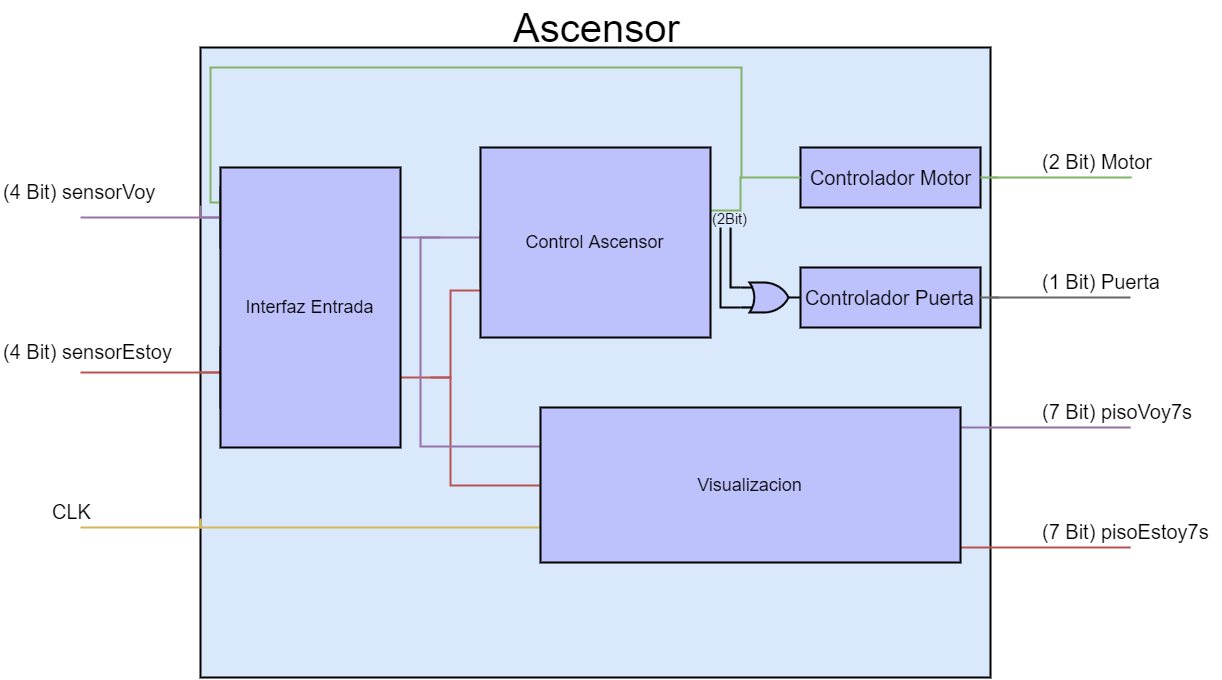
This is Pictures/EntidadAscensorEntidades.png from enheragu/Elevator-VHDL, a draw.io export, as it was before one commit. Source tidied: cells renumbered, new cells last; positions are measured from the earlier drawing's top-left corner, leaving out a move shared by most shapes.
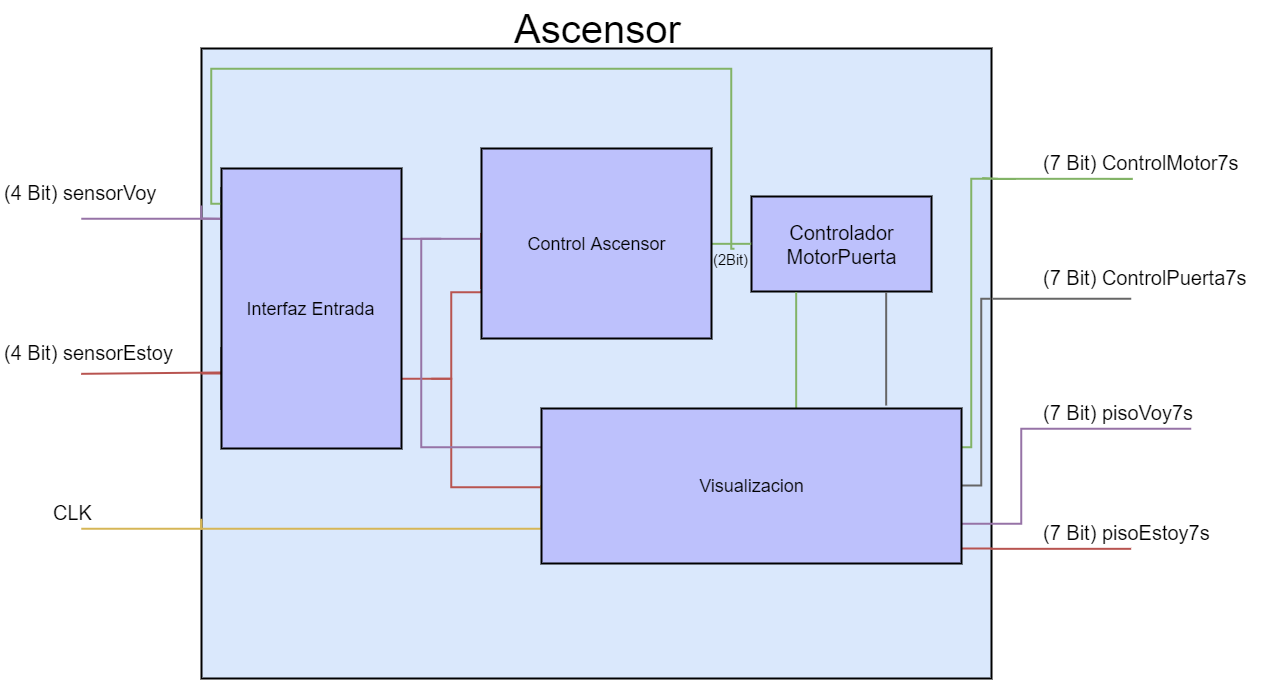
The same file after the commit.

Commit message:
Añadido ControlMotor a la memoria

What changed in the source:
```diff
@@ -1,4 +1,4 @@
-<mxGraphModel background="#ffffff">
+<mxGraphModel>
   <root>
     <mxCell id="0" style="html=1;" />
     <mxCell id="1" style="html=1;" parent="0" />
@@ -153,12 +153,6 @@
         </Array>
       </mxGeometry>
     </mxCell>
-    <mxCell id="27" style="edgeStyle=orthogonalEdgeStyle;rounded=0;html=1;endArrow=none;endFill=0;jettySize=auto;orthogonalLoop=1;strokeWidth=2;fillColor=#e1d5e7;strokeColor=#9673a6;" parent="1" edge="1">
-      <mxGeometry x="-124" y="-370" as="geometry">
-        <mxPoint x="1129" y="426" as="sourcePoint" />
-        <mxPoint x="989" y="426" as="targetPoint" />
-      </mxGeometry>
-    </mxCell>
     <mxCell id="28" style="edgeStyle=orthogonalEdgeStyle;rounded=0;html=1;endArrow=none;endFill=0;jettySize=auto;orthogonalLoop=1;strokeWidth=2;fillColor=#f8cecc;strokeColor=#b85450;" parent="1" edge="1">
       <mxGeometry x="-154" y="-250" as="geometry">
         <mxPoint x="1129" y="546" as="sourcePoint" />
@@ -180,12 +174,6 @@
     <mxCell id="32" value="&lt;font style=&quot;font-size: 20px&quot;&gt;CLK&lt;/font&gt;" style="text;html=1;align=left;verticalAlign=top;spacingTop=-4;" parent="1" vertex="1">
       <mxGeometry x="49" y="496" width="50" height="20" as="geometry" />
     </mxCell>
-    <mxCell id="33" value="&lt;font style=&quot;font-size: 20px&quot;&gt;(2 Bit) Motor&lt;/font&gt;" style="text;html=1;align=left;verticalAlign=top;spacingTop=-4;" parent="1" vertex="1">
-      <mxGeometry x="1039" y="146" width="130" height="20" as="geometry" />
-    </mxCell>
-    <mxCell id="34" value="&lt;font style=&quot;font-size: 20px&quot;&gt;(1 Bit) Puerta&lt;/font&gt;" style="text;html=1;align=left;verticalAlign=top;spacingTop=-4;" parent="1" vertex="1">
-      <mxGeometry x="1039" y="266" width="130" height="20" as="geometry" />
-    </mxCell>
     <mxCell id="35" value="&lt;font style=&quot;font-size: 20px&quot;&gt;(7 Bit) pisoVoy7s&lt;/font&gt;" style="text;html=1;align=left;verticalAlign=top;spacingTop=-4;" parent="1" vertex="1">
       <mxGeometry x="1039" y="396" width="170" height="20" as="geometry" />
     </mxCell>
@@ -206,12 +194,6 @@
         <mxPoint x="229" y="371" as="targetPoint" />
       </mxGeometry>
     </mxCell>
-    <mxCell id="40" style="endArrow=none;html=1;strokeWidth=2;endFill=0;fillColor=#e1d5e7;strokeColor=#9673a6;" parent="1" edge="1">
-      <mxGeometry x="-220" y="-370.1" as="geometry">
-        <mxPoint x="959" y="426" as="sourcePoint" />
-        <mxPoint x="989" y="426" as="targetPoint" />
-      </mxGeometry>
-    </mxCell>
     <mxCell id="41" style="endArrow=none;html=1;strokeWidth=2;endFill=0;fillColor=#f8cecc;strokeColor=#b85450;" parent="1" edge="1">
       <mxGeometry x="-220" y="-250.1" as="geometry">
         <mxPoint x="959" y="546" as="sourcePoint" />
@@ -221,75 +203,43 @@
     <mxCell id="42" value="&lt;font style=&quot;font-size: 15px&quot;&gt;(4Bit)&lt;/font&gt;" style="text;html=1;align=left;verticalAlign=top;spacingTop=-4;rotation=-90;" parent="1" vertex="1">
       <mxGeometry x="349" y="383" width="50" height="20" as="geometry" />
     </mxCell>
-    <mxCell id="43" value="&lt;span style=&quot;font-size: 20px&quot;&gt;Controlador Motor&lt;/span&gt;" style="whiteSpace=wrap;html=1;strokeColor=#000000;strokeWidth=2;fillColor=#BDC1FC;" parent="1" vertex="1">
-      <mxGeometry x="799" y="146" width="180" height="60" as="geometry" />
-    </mxCell>
-    <mxCell id="44" value="&lt;span style=&quot;font-size: 20px&quot;&gt;Controlador Puerta&lt;/span&gt;" style="whiteSpace=wrap;html=1;strokeColor=#000000;strokeWidth=2;fillColor=#BDC1FC;" parent="1" vertex="1">
-      <mxGeometry x="799" y="266" width="180" height="60" as="geometry" />
+    <mxCell id="44" value="&lt;span style=&quot;font-size: 20px&quot;&gt;Controlador MotorPuerta&lt;/span&gt;" style="whiteSpace=wrap;html=1;strokeColor=#000000;strokeWidth=2;fillColor=#BDC1FC;" parent="1" vertex="1">
+      <mxGeometry x="749" y="194" width="180" height="95" as="geometry" />
     </mxCell>
+    <mxCell id="64" style="edgeStyle=orthogonalEdgeStyle;rounded=0;html=1;exitX=0.25;exitY=1;entryX=0.607;entryY=0;entryPerimeter=0;startArrow=none;startFill=0;endArrow=none;endFill=0;jettySize=auto;strokeColor=#82b366;strokeWidth=2;fillColor=#d5e8d4;" parent="1" edge="1" source="44" target="63">
+      <mxGeometry relative="1" as="geometry" />
+    </mxCell>
+    <mxCell id="65" style="edgeStyle=orthogonalEdgeStyle;rounded=0;html=1;exitX=0.75;exitY=1;entryX=0.821;entryY=-0.019;entryPerimeter=0;startArrow=none;startFill=0;endArrow=none;endFill=0;jettySize=auto;strokeColor=#666666;strokeWidth=2;" parent="1" edge="1" source="44" target="63">
+      <mxGeometry relative="1" as="geometry" />
+    </mxCell>
-    <mxCell id="45" style="edgeStyle=orthogonalEdgeStyle;rounded=0;html=1;exitX=1;exitY=0.5;entryX=1.009;entryY=0.207;entryPerimeter=0;endArrow=none;endFill=0;jettySize=auto;strokeWidth=2;fillColor=#d5e8d4;strokeColor=#82b366;" parent="1" edge="1" source="43" target="21">
-      <mxGeometry relative="1" as="geometry" />
+    <mxCell id="45" style="edgeStyle=orthogonalEdgeStyle;rounded=0;html=1;exitX=1;exitY=0.5;entryX=1.009;entryY=0.207;entryPerimeter=0;endArrow=none;endFill=0;jettySize=auto;strokeWidth=2;fillColor=#d5e8d4;strokeColor=#82b366;" parent="1" edge="1" target="21">
+      <mxGeometry relative="1" as="geometry">
+        <mxPoint x="979.7" y="175.6" as="sourcePoint" />
+      </mxGeometry>
     </mxCell>
-    <mxCell id="46" style="edgeStyle=orthogonalEdgeStyle;rounded=0;html=1;exitX=1;exitY=0.5;endArrow=none;endFill=0;jettySize=auto;strokeWidth=2;fillColor=#f5f5f5;strokeColor=#666666;" parent="1" edge="1" source="44">
-      <mxGeometry relative="1" as="geometry">
-        <mxPoint x="997" y="296" as="targetPoint" />
-        <Array as="points">
-          <mxPoint x="997" y="296" />
-        </Array>
-      </mxGeometry>
-    </mxCell>
     <mxCell id="47" value="&lt;font style=&quot;font-size: 15px&quot;&gt;(2Bit)&lt;/font&gt;" style="text;html=1;align=left;verticalAlign=top;spacingTop=-4;" parent="1" vertex="1">
-      <mxGeometry x="709" y="206" width="50" height="20" as="geometry" />
+      <mxGeometry x="709" y="246" width="50" height="20" as="geometry" />
     </mxCell>
     <mxCell id="48" style="edgeStyle=orthogonalEdgeStyle;rounded=0;html=1;exitX=0;exitY=0.25;endArrow=none;endFill=0;jettySize=auto;strokeWidth=2;fillColor=#d5e8d4;strokeColor=#82b366;startArrow=none;startFill=0;" parent="1" edge="1" source="37">
       <mxGeometry relative="1" as="geometry">
-        <mxPoint x="739" y="176" as="targetPoint" />
+        <mxPoint x="732" y="246" as="targetPoint" />
         <Array as="points">
           <mxPoint x="209" y="201" />
           <mxPoint x="209" y="66" />
-          <mxPoint x="740" y="66" />
-          <mxPoint x="740" y="176" />
+          <mxPoint x="729" y="66" />
+          <mxPoint x="729" y="246" />
         </Array>
       </mxGeometry>
     </mxCell>
-    <mxCell id="49" style="verticalLabelPosition=bottom;shadow=0;dashed=0;align=center;fillColor=#BDC1FC;html=1;verticalAlign=top;strokeWidth=2;shape=mxgraph.electrical.logic_gates.or;strokeColor=#000000;" parent="1" vertex="1">
-      <mxGeometry x="739" y="281" width="60" height="30" as="geometry" />
-    </mxCell>
-    <mxCell id="50" style="edgeStyle=orthogonalEdgeStyle;rounded=0;html=1;exitX=0;exitY=0.5;entryX=1;entryY=0.5;entryPerimeter=0;startArrow=none;startFill=0;endArrow=none;endFill=0;jettySize=auto;strokeWidth=2;" parent="1" edge="1" source="44" target="49">
-      <mxGeometry relative="1" as="geometry" />
-    </mxCell>
-    <mxCell id="51" style="edgeStyle=orthogonalEdgeStyle;rounded=0;html=1;exitX=0;exitY=0.835;exitPerimeter=0;startArrow=none;startFill=0;endArrow=none;endFill=0;jettySize=auto;strokeColor=#000000;strokeWidth=2;" parent="1" edge="1" source="49">
-      <mxGeometry relative="1" as="geometry">
-        <mxPoint x="719" y="226" as="targetPoint" />
-        <Array as="points">
-          <mxPoint x="719" y="306" />
-          <mxPoint x="719" y="226" />
-        </Array>
-      </mxGeometry>
-    </mxCell>
-    <mxCell id="52" style="edgeStyle=orthogonalEdgeStyle;rounded=0;html=1;exitX=0;exitY=0.5;entryX=1;entryY=0.25;endArrow=none;endFill=0;jettySize=auto;strokeWidth=2;fillColor=#d5e8d4;strokeColor=#82b366;" parent="1" edge="1" source="43" target="17">
-      <mxGeometry relative="1" as="geometry">
-        <Array as="points">
-          <mxPoint x="739" y="176" />
-          <mxPoint x="739" y="209" />
-        </Array>
-      </mxGeometry>
-    </mxCell>
-    <mxCell id="53" style="edgeStyle=orthogonalEdgeStyle;rounded=0;html=1;exitX=0;exitY=0.165;exitPerimeter=0;startArrow=none;startFill=0;endArrow=none;endFill=0;jettySize=auto;strokeColor=#000000;strokeWidth=2;" parent="1" edge="1" source="49">
-      <mxGeometry relative="1" as="geometry">
-        <mxPoint x="729" y="226" as="targetPoint" />
-        <Array as="points">
-          <mxPoint x="729" y="286" />
-          <mxPoint x="729" y="226" />
-        </Array>
-      </mxGeometry>
-    </mxCell>
     <mxCell id="54" value="&lt;span style=&quot;font-size: 20px&quot;&gt;PisoActual&lt;/span&gt;" style="whiteSpace=wrap;html=1;strokeColor=#000000;strokeWidth=2;fillColor=#BDC1FC;" parent="1" vertex="1">
       <mxGeometry x="219" y="346" width="140" height="60" as="geometry" />
     </mxCell>
     <mxCell id="55" style="edgeStyle=orthogonalEdgeStyle;rounded=0;html=1;exitX=0.5;exitY=0;entryX=0;entryY=0.5;startArrow=none;startFill=0;endArrow=none;endFill=0;jettySize=auto;strokeColor=#b85450;strokeWidth=2;fillColor=#f8cecc;" parent="1" edge="1" source="16" target="17">
       <mxGeometry relative="1" as="geometry" />
     </mxCell>
+    <mxCell id="66" style="edgeStyle=orthogonalEdgeStyle;rounded=0;html=1;exitX=0;exitY=0.5;entryX=1;entryY=0.5;startArrow=none;startFill=0;endArrow=none;endFill=0;jettySize=auto;strokeColor=#82b366;strokeWidth=2;fillColor=#d5e8d4;" parent="1" edge="1" source="44" target="60">
+      <mxGeometry relative="1" as="geometry" />
+    </mxCell>
     <mxCell id="56" style="edgeStyle=orthogonalEdgeStyle;rounded=0;html=1;exitX=1;exitY=0.75;entryX=0;entryY=0.5;startArrow=none;startFill=0;endArrow=none;endFill=0;jettySize=auto;strokeColor=#b85450;strokeWidth=2;fillColor=#f8cecc;" parent="1" edge="1" source="58" target="63">
       <mxGeometry relative="1" as="geometry">
         <Array as="points">
@@ -333,8 +283,34 @@
         </Array>
       </mxGeometry>
     </mxCell>
+    <mxCell id="67" style="edgeStyle=orthogonalEdgeStyle;rounded=0;html=1;exitX=1;exitY=0.75;startArrow=none;startFill=0;endArrow=none;endFill=0;jettySize=auto;strokeColor=#9673a6;strokeWidth=2;fillColor=#e1d5e7;" parent="1" edge="1" source="63">
+      <mxGeometry relative="1" as="geometry">
+        <mxPoint x="1189" y="426" as="targetPoint" />
+        <Array as="points">
+          <mxPoint x="1019" y="522" />
+          <mxPoint x="1019" y="426" />
+        </Array>
+      </mxGeometry>
+    </mxCell>
+    <mxCell id="68" style="edgeStyle=orthogonalEdgeStyle;rounded=0;html=1;exitX=1;exitY=0.5;entryX=1;entryY=0.397;entryPerimeter=0;startArrow=none;startFill=0;endArrow=none;endFill=0;jettySize=auto;strokeColor=#666666;strokeWidth=2;" parent="1" edge="1" source="63" target="21">
+      <mxGeometry relative="1" as="geometry" />
+    </mxCell>
+    <mxCell id="69" style="edgeStyle=orthogonalEdgeStyle;rounded=0;html=1;exitX=1;exitY=0.25;entryX=0.999;entryY=0.206;entryPerimeter=0;startArrow=none;startFill=0;endArrow=none;endFill=0;jettySize=auto;strokeColor=#82b366;strokeWidth=2;fillColor=#d5e8d4;" parent="1" edge="1" source="63" target="21">
+      <mxGeometry relative="1" as="geometry">
+        <Array as="points">
+          <mxPoint x="969" y="445" />
+          <mxPoint x="969" y="176" />
+        </Array>
+      </mxGeometry>
+    </mxCell>
     <mxCell id="63" value="&lt;font style=&quot;font-size: 18px&quot;&gt;Visualizacion&lt;/font&gt;" style="whiteSpace=wrap;html=1;strokeColor=#000000;strokeWidth=2;fillColor=#BDC1FC;" parent="1" vertex="1">
       <mxGeometry x="539" y="406" width="420" height="155" as="geometry" />
     </mxCell>
+    <mxCell id="70" value="&lt;font style=&quot;font-size: 20px&quot;&gt;(7 Bit) ControlPuerta7s&lt;/font&gt;" style="text;html=1;align=left;verticalAlign=top;spacingTop=-4;" parent="1" vertex="1">
+      <mxGeometry x="1039" y="261" width="220" height="20" as="geometry" />
+    </mxCell>
+    <mxCell id="71" value="&lt;font style=&quot;font-size: 20px&quot;&gt;(7 Bit) ControlMotor7s&lt;/font&gt;" style="text;html=1;align=left;verticalAlign=top;spacingTop=-4;" parent="1" vertex="1">
+      <mxGeometry x="1039" y="146" width="210" height="20" as="geometry" />
+    </mxCell>
   </root>
 </mxGraphModel>
```
